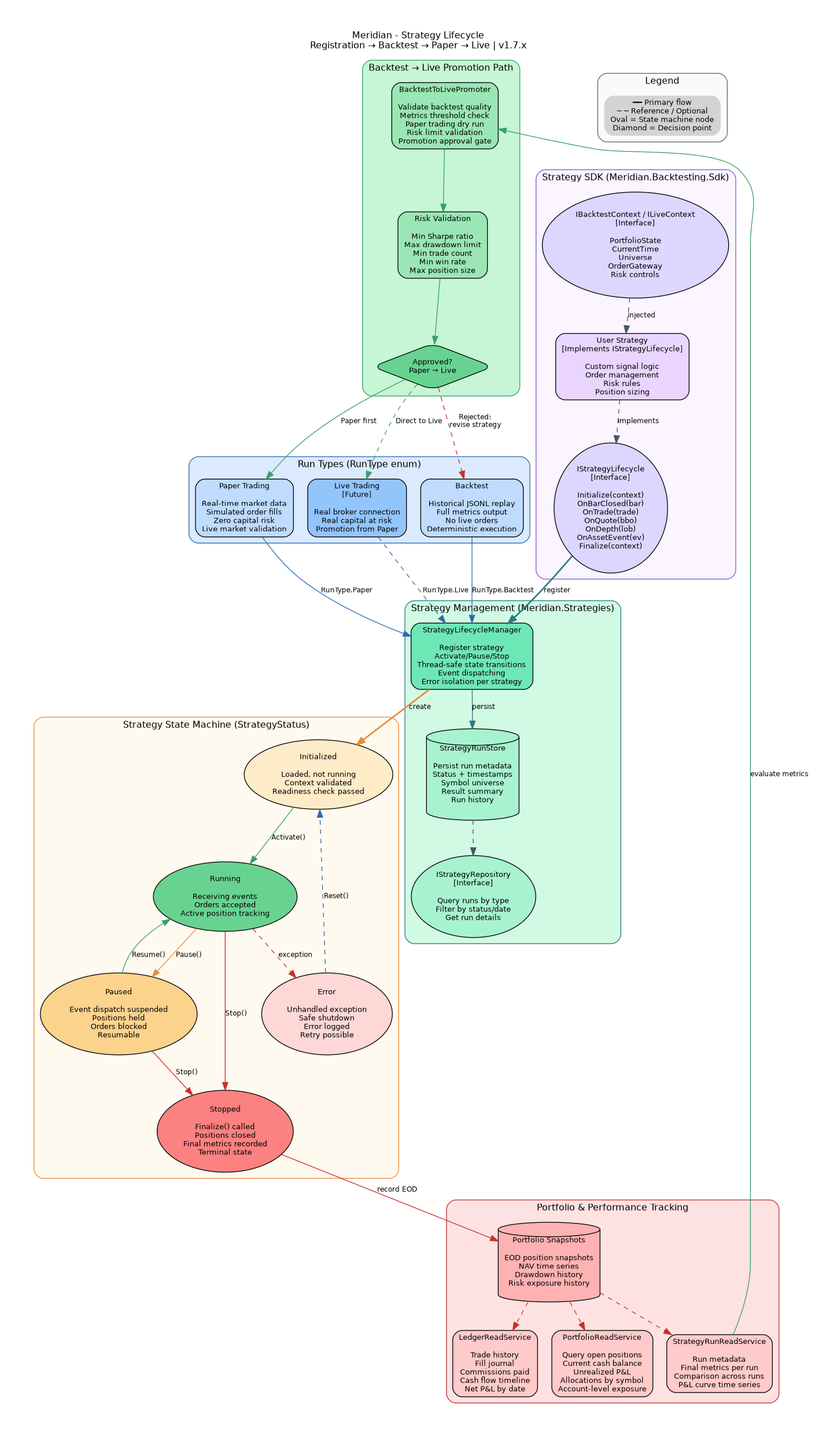
Before: docs/diagrams/workflows/operations/strategy-lifecycle.png, a diagram exported from Graphviz (rodoHasArrived/Meridian-main). Its source is kept beside it as docs/diagrams/workflows/operations/strategy-lifecycle.dot.
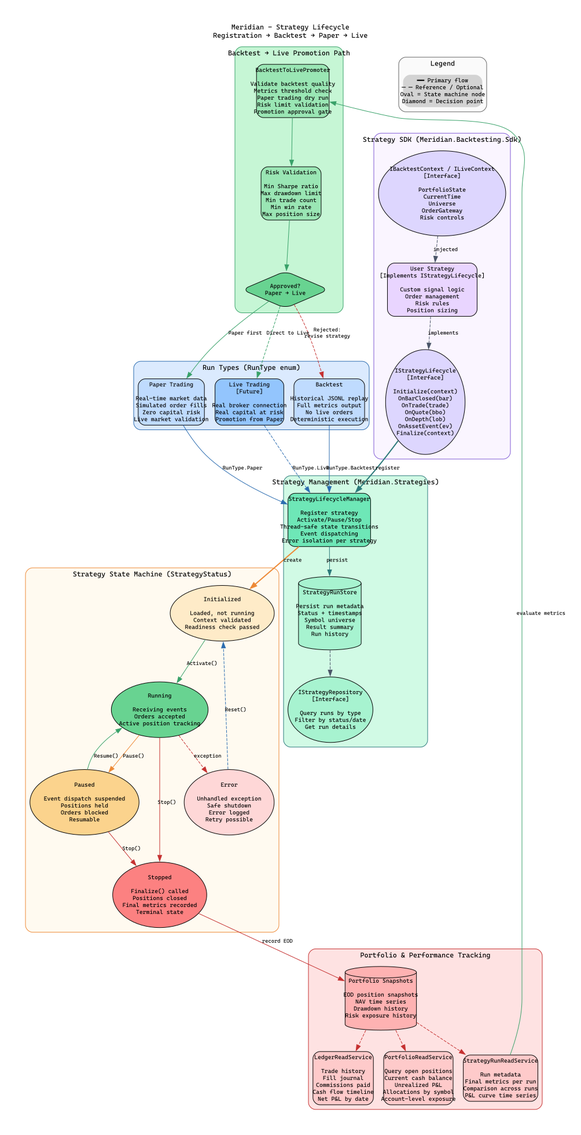
Above is the later version.

The edit, as a diff of the source:
```diff
@@ -6,7 +6,7 @@
   edge  [fontname="Helvetica", fontsize=9, color="#4a5568"];
 
   labelloc="t";
-  label="Meridian - Strategy Lifecycle\nRegistration → Backtest → Paper → Live | v1.7.x";
+  label="Meridian - Strategy Lifecycle\nRegistration → Backtest → Paper → Live";
 
   subgraph cluster_sdk {
     label="Strategy SDK (Meridian.Backtesting.Sdk)";
```
